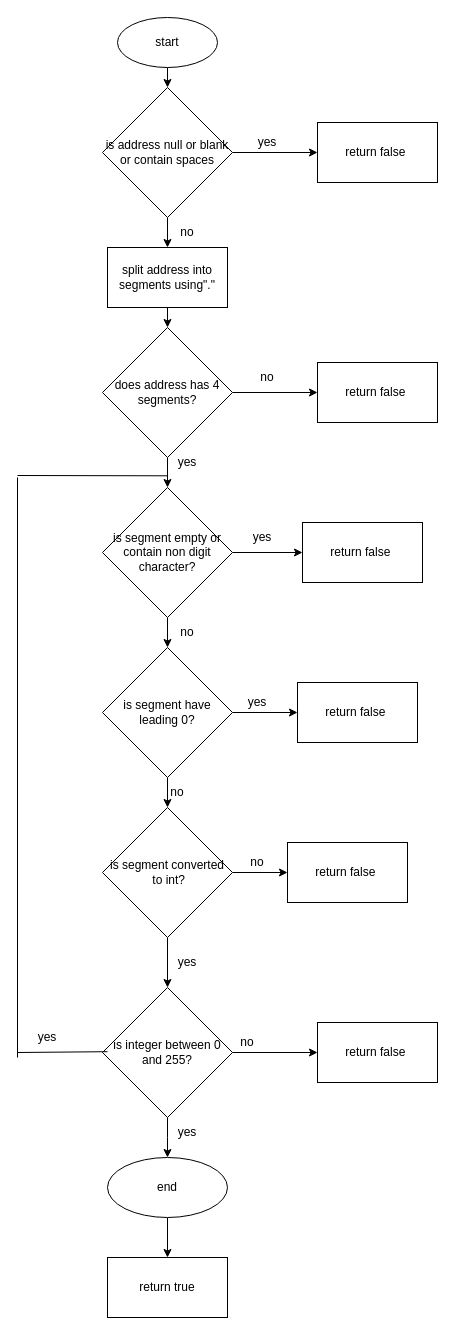
Zeinab979/sudoku-checker keeps this draw.io diagram as page "IPv4 diagram" (2 of 2) of Untitled Diagram.drawio. Above is the earlier version. Source tidied: cells renumbered, new cells numbered last; positions are measured from the earlier drawing's top-left corner, leaving out a move shared by most shapes. Both pictures are drawn from the tidied source at 100%, with x=0, y=0 at pixel (17, 17).
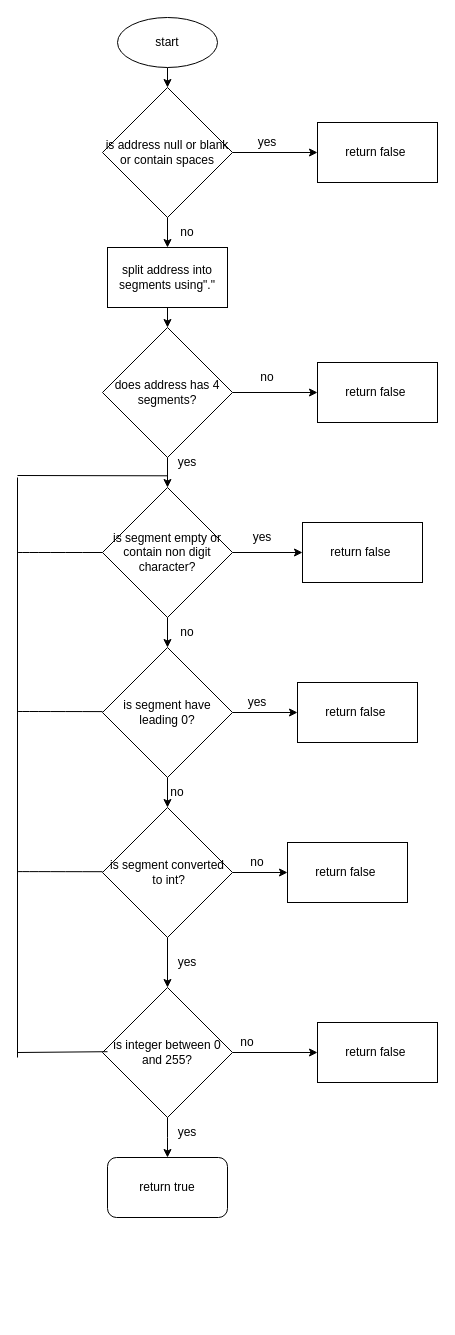
After the change.

What changed in the source:
```diff
@@
-    <mxCell id="41" style="endArrow=none;html=1;rounded=0;exitX=0;exitY=1;exitDx=0;exitDy=0;" parent="1" edge="1" source="44">
+    <mxCell id="41" style="endArrow=none;html=1;rounded=0;exitX=0;exitY=1;exitDx=0;exitDy=0;" parent="1" edge="1">
       <mxGeometry relative="1" as="geometry">
+        <mxPoint y="1035" as="sourcePoint" />
         <mxPoint x="90" y="1034.2" as="targetPoint" />
       </mxGeometry>
     </mxCell>
@@
-    <mxCell id="44" value="yes" style="text;html=1;align=center;verticalAlign=middle;whiteSpace=wrap;rounded=0;" parent="1" vertex="1">
-      <mxGeometry y="1005" width="60" height="30" as="geometry" />
-    </mxCell>
+    <mxCell id="48" value="yes" style="text;html=1;align=center;verticalAlign=middle;whiteSpace=wrap;rounded=0;" parent="1" vertex="1">
+      <mxGeometry x="140" y="1100" width="60" height="30" as="geometry" />
+    </mxCell>
-    <mxCell id="45" value="return true" style="whiteSpace=wrap;html=1;" parent="1" vertex="1">
-      <mxGeometry x="90" y="1240" width="120" height="60" as="geometry" />
+    <mxCell id="45" value="return true" style="rounded=1;whiteSpace=wrap;html=1;" parent="1" vertex="1">
+      <mxGeometry x="90" y="1140" width="120" height="60" as="geometry" />
     </mxCell>
-    <mxCell id="46" style="edgeStyle=orthogonalEdgeStyle;rounded=0;jettySize=auto;html=1;" parent="1" edge="1" source="47" target="45">
-      <mxGeometry relative="1" as="geometry" />
-    </mxCell>
-    <mxCell id="47" value="end" style="ellipse;whiteSpace=wrap;html=1;" parent="1" vertex="1">
-      <mxGeometry x="90" y="1140" width="120" height="60" as="geometry" />
-    </mxCell>
-    <mxCell id="48" value="yes" style="text;html=1;align=center;verticalAlign=middle;whiteSpace=wrap;rounded=0;" parent="1" vertex="1">
-      <mxGeometry x="140" y="1100" width="60" height="30" as="geometry" />
-    </mxCell>
+    <mxCell id="49" style="endArrow=none;html=1;rounded=0;curved=1;" parent="1" edge="1">
+      <mxGeometry relative="1" as="geometry">
+        <mxPoint y="535" as="sourcePoint" />
+        <mxPoint x="85" y="535" as="targetPoint" />
+      </mxGeometry>
+    </mxCell>
+    <mxCell id="50" style="endArrow=none;html=1;rounded=0;curved=1;" parent="1" edge="1">
+      <mxGeometry relative="1" as="geometry">
+        <mxPoint y="694" as="sourcePoint" />
+        <mxPoint x="85" y="694.1" as="targetPoint" />
+      </mxGeometry>
+    </mxCell>
+    <mxCell id="51" style="endArrow=none;html=1;rounded=0;curved=1;" parent="1" edge="1">
+      <mxGeometry relative="1" as="geometry">
+        <mxPoint y="854.1" as="sourcePoint" />
+        <mxPoint x="85" y="854.2" as="targetPoint" />
+      </mxGeometry>
+    </mxCell>
```
